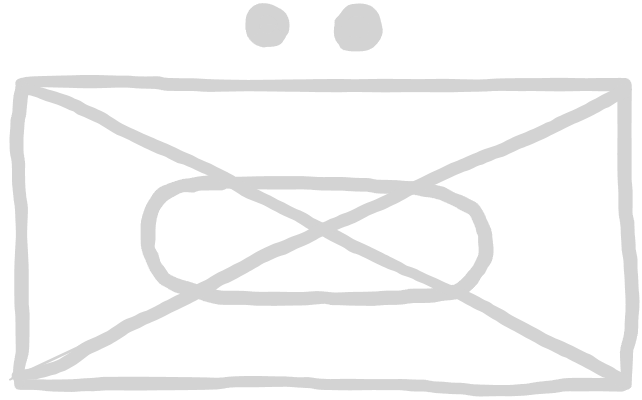
Earlier version of the Excalidraw export factions/nato-symbols/mechinfantry.excalidraw.png (christsven/H.E.A.T). Source tidied: one line per element, renumbered; positions are measured from the earlier drawing's top-left corner, leaving out a move shared by most shapes.
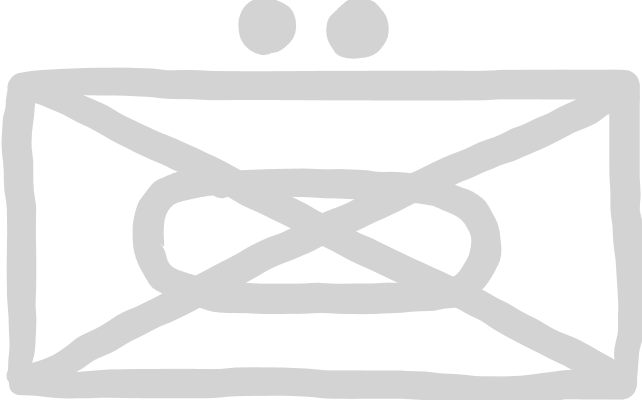
The same file after the commit.

What changed in the source:
```diff
@@ -1,13 +1,13 @@
-{"id": 0, "type": "freedraw", "strokeColor": "#1e1e1e", "strokeWidth": 2, "roughness": 1, "x": 10, "y": 74, "width": 602, "height": 4, "points": [[0, 0], [21, -2], [45, -2], [60, -2], [84, -2], [116, -1], [137, -1], [159, 1], [183, 2], [218, 2], [249, 2], [273, 2], [296, 2], [315, 2], [341, 2], [359, 2], [384, 2], [407, 2], [426, 2], [458, 2], [482, 1], [504, 1], [525, 1], [545, 1], [572, 1], [590, 1]]}
+{"id": 0, "type": "freedraw", "strokeColor": "#1e1e1e", "strokeWidth": 4, "roughness": 1, "x": 10, "y": 74, "width": 602, "height": 4, "points": [[0, 0], [21, -2], [45, -2], [60, -2], [84, -2], [116, -1], [137, -1], [159, 1], [183, 2], [218, 2], [249, 2], [273, 2], [296, 2], [315, 2], [341, 2], [359, 2], [384, 2], [407, 2], [426, 2], [458, 2], [482, 1], [504, 1], [525, 1], [545, 1], [572, 1], [590, 1]]}
-{"id": 1, "type": "freedraw", "strokeColor": "#1e1e1e", "strokeWidth": 2, "roughness": 1, "x": 9, "y": 375, "width": 603, "height": 9, "points": [[0, 0], [18, 0], [40, 1], [61, 0], [78, 0], [97, -1], [115, -1], [138, -1], [162, -1], [193, -1], [229, -3], [267, -3], [298, 0], [330, 0], [366, 0], [391, 1], [423, 3], [453, 6], [487, 6], [514, 5], [534, 2], [552, 0], [573, 0], [589, 0], [601, 0]]}
+{"id": 1, "type": "freedraw", "strokeColor": "#1e1e1e", "strokeWidth": 4, "roughness": 1, "x": 9, "y": 375, "width": 603, "height": 9, "points": [[0, 0], [18, 0], [40, 1], [61, 0], [78, 0], [97, -1], [115, -1], [138, -1], [162, -1], [193, -1], [229, -3], [267, -3], [298, 0], [330, 0], [366, 0], [391, 1], [423, 3], [453, 6], [487, 6], [514, 5], [534, 2], [552, 0], [573, 0], [589, 0], [601, 0]]}
-{"id": 2, "type": "freedraw", "strokeColor": "#1e1e1e", "strokeWidth": 2, "roughness": 1, "x": 616, "y": 375, "width": 8, "height": 300, "points": [[0, 0], [0, -9], [0, -16], [0, -25], [0, -33], [3, -48], [5, -60], [6, -75], [6, -84], [5, -99], [4, -114], [4, -123], [2, -132], [2, -144], [1, -160], [-1, -169], [-1, -178], [-1, -187], [-2, -202], [-2, -214], [-2, -223], [-2, -232], [-2, -246], [-2, -259], [-2, -268], [-2, -279], [-2, -286], [-2, -295]]}
+{"id": 2, "type": "freedraw", "strokeColor": "#1e1e1e", "strokeWidth": 4, "roughness": 1, "x": 616, "y": 375, "width": 8, "height": 300, "points": [[0, 0], [0, -9], [0, -16], [0, -25], [0, -33], [3, -48], [5, -60], [6, -75], [6, -84], [5, -99], [4, -114], [4, -123], [2, -132], [2, -144], [1, -160], [-1, -169], [-1, -178], [-1, -187], [-2, -202], [-2, -214], [-2, -223], [-2, -232], [-2, -246], [-2, -259], [-2, -268], [-2, -279], [-2, -286], [-2, -295]]}
-{"id": 3, "type": "freedraw", "strokeColor": "#1e1e1e", "strokeWidth": 2, "roughness": 1, "x": 9, "y": 373, "width": 6, "height": 295, "points": [[0, 0], [-1, -7], [0, -19], [1, -26], [3, -35], [3, -43], [3, -53], [3, -64], [3, -73], [2, -83], [2, -92], [2, -101], [2, -112], [2, -137], [2, -160], [2, -167], [0, -184], [-1, -199], [-1, -215], [-1, -226], [-3, -235], [-3, -247], [-2, -259], [0, -268], [0, -275], [1, -283], [1, -290]]}
+{"id": 3, "type": "freedraw", "strokeColor": "#1e1e1e", "strokeWidth": 4, "roughness": 1, "x": 9, "y": 373, "width": 6, "height": 295, "points": [[0, 0], [-1, -7], [0, -19], [1, -26], [3, -35], [3, -43], [3, -53], [3, -64], [3, -73], [2, -83], [2, -92], [2, -101], [2, -112], [2, -137], [2, -160], [2, -167], [0, -184], [-1, -199], [-1, -215], [-1, -226], [-3, -235], [-3, -247], [-2, -259], [0, -268], [0, -275], [1, -283], [1, -290]]}
-{"id": 4, "type": "freedraw", "strokeColor": "#1e1e1e", "strokeWidth": 2, "roughness": 1, "x": 254, "y": 16, "width": 17, "height": 13, "points": [[0, 0], [-3, 0], [-5, 1], [-6, 2], [-6, 5], [-4, 8], [-1, 10], [2, 11], [5, 11], [8, 11], [10, 10], [11, 7], [11, 4], [10, 3], [9, 0], [6, -2], [3, -2], [0, -2], [-2, 1], [-3, 2], [-2, 4], [-1, 5], [1, 7], [4, 8]]}
+{"id": 4, "type": "freedraw", "strokeColor": "#1e1e1e", "strokeWidth": 4, "roughness": 1, "x": 254, "y": 16, "width": 17, "height": 13, "points": [[0, 0], [-3, 0], [-5, 1], [-6, 2], [-6, 5], [-4, 8], [-1, 10], [2, 11], [5, 11], [8, 11], [10, 10], [11, 7], [11, 4], [10, 3], [9, 0], [6, -2], [3, -2], [0, -2], [-2, 1], [-3, 2], [-2, 4], [-1, 5], [1, 7], [4, 8]]}
-{"id": 5, "type": "freedraw", "strokeColor": "#1e1e1e", "strokeWidth": 2, "roughness": 1, "x": 344, "y": 14, "width": 27, "height": 21, "points": [[0, 0], [-8, 1], [-9, 9], [-5, 13], [2, 15], [8, 12], [10, 5], [6, -1], [-2, -1], [-8, 1], [-9, 9], [-2, 12], [5, 12], [10, 8], [10, 0], [4, -3], [-5, -3], [-12, -2], [-14, 6], [-14, 13], [-10, 18], [-2, 18], [7, 17], [11, 11], [13, 5], [12, -1], [4, -3]]}
+{"id": 5, "type": "freedraw", "strokeColor": "#1e1e1e", "strokeWidth": 4, "roughness": 1, "x": 344, "y": 14, "width": 27, "height": 21, "points": [[0, 0], [-8, 1], [-9, 9], [-5, 13], [2, 15], [8, 12], [10, 5], [6, -1], [-2, -1], [-8, 1], [-9, 9], [-2, 12], [5, 12], [10, 8], [10, 0], [4, -3], [-5, -3], [-12, -2], [-14, 6], [-14, 13], [-10, 18], [-2, 18], [7, 17], [11, 11], [13, 5], [12, -1], [4, -3]]}
-{"id": 6, "type": "freedraw", "strokeColor": "#1e1e1e", "strokeWidth": 2, "roughness": 1, "x": 264, "y": 9, "width": 29, "height": 28, "points": [[0, 0], [-7, 0], [-13, 0], [-18, 2], [-19, 5], [-21, 8], [-21, 12], [-18, 17], [-14, 18], [-11, 20], [-8, 21], [-3, 21], [1, 20], [3, 16], [6, 13], [7, 8], [7, 4], [6, -1], [2, -4], [-3, -5], [-9, -7], [-13, -7], [-18, -6], [-19, -3], [-22, -1], [-22, 3], [-22, 8], [-22, 12], [-20, 17], [-17, 20], [-14, 21], [-11, 21]]}
+{"id": 6, "type": "freedraw", "strokeColor": "#1e1e1e", "strokeWidth": 4, "roughness": 1, "x": 264, "y": 9, "width": 29, "height": 28, "points": [[0, 0], [-7, 0], [-13, 0], [-18, 2], [-19, 5], [-21, 8], [-21, 12], [-18, 17], [-14, 18], [-11, 20], [-8, 21], [-3, 21], [1, 20], [3, 16], [6, 13], [7, 8], [7, 4], [6, -1], [2, -4], [-3, -5], [-9, -7], [-13, -7], [-18, -6], [-19, -3], [-22, -1], [-22, 3], [-22, 8], [-22, 12], [-20, 17], [-17, 20], [-14, 21], [-11, 21]]}
-{"id": 7, "type": "freedraw", "strokeColor": "#1e1e1e", "strokeWidth": 2, "roughness": 1, "x": 329, "y": 12, "width": 36, "height": 34, "points": [[0, 0], [1, -1], [4, -4], [6, -7], [7, -9], [10, -10], [12, -12], [15, -12], [18, -12], [21, -12], [24, -12], [27, -12], [28, -11], [31, -8], [33, -6], [33, -3], [34, -2], [34, 1], [36, 4], [36, 7], [36, 10], [36, 13], [35, 15], [33, 16], [32, 18], [29, 19], [27, 21], [24, 22], [21, 22], [18, 22], [15, 22], [12, 22], [9, 22], [8, 21], [6, 21]]}
+{"id": 7, "type": "freedraw", "strokeColor": "#1e1e1e", "strokeWidth": 4, "roughness": 1, "x": 329, "y": 12, "width": 36, "height": 34, "points": [[0, 0], [1, -1], [4, -4], [6, -7], [7, -9], [10, -10], [12, -12], [15, -12], [18, -12], [21, -12], [24, -12], [27, -12], [28, -11], [31, -8], [33, -6], [33, -3], [34, -2], [34, 1], [36, 4], [36, 7], [36, 10], [36, 13], [35, 15], [33, 16], [32, 18], [29, 19], [27, 21], [24, 22], [21, 22], [18, 22], [15, 22], [12, 22], [9, 22], [8, 21], [6, 21]]}
-{"id": 8, "type": "freedraw", "strokeColor": "#1e1e1e", "strokeWidth": 2, "roughness": 1, "x": 272, "y": 17, "width": 31, "height": 19, "points": [[0, 0], [1, 0], [1, -2], [1, -3], [1, -5], [0, -5], [0, -6], [-1, -8], [-1, -9], [-1, -11], [-3, -11], [-3, -12], [-4, -12], [-6, -14], [-7, -14], [-7, -15], [-9, -15], [-10, -15], [-12, -15], [-12, -17], [-13, -17], [-15, -17], [-16, -17], [-18, -17], [-19, -17], [-21, -17], [-22, -17], [-24, -17], [-25, -17], [-25, -16], [-27, -16], [-28, -14], [-28, -13], [-30, -11], [-30, -10], [-30, -8], [-30, -7], [-30, -5], [-30, -4], [-30, -2], [-30, -1], [-30, 1], [-30, 2], [-30, 2]]}
+{"id": 8, "type": "freedraw", "strokeColor": "#1e1e1e", "strokeWidth": 4, "roughness": 1, "x": 272, "y": 17, "width": 31, "height": 19, "points": [[0, 0], [1, 0], [1, -2], [1, -3], [1, -5], [0, -5], [0, -6], [-1, -8], [-1, -9], [-1, -11], [-3, -11], [-3, -12], [-4, -12], [-6, -14], [-7, -14], [-7, -15], [-9, -15], [-10, -15], [-12, -15], [-12, -17], [-13, -17], [-15, -17], [-16, -17], [-18, -17], [-19, -17], [-21, -17], [-22, -17], [-24, -17], [-25, -17], [-25, -16], [-27, -16], [-28, -14], [-28, -13], [-30, -11], [-30, -10], [-30, -8], [-30, -7], [-30, -5], [-30, -4], [-30, -2], [-30, -1], [-30, 1], [-30, 2], [-30, 2]]}
-{"id": 9, "type": "freedraw", "strokeColor": "#1e1e1e", "strokeWidth": 2, "roughness": 1, "x": 188, "y": 173, "width": 338, "height": 116, "points": [[0, 0], [52, 0], [100, 0], [145, 1], [188, 4], [235, 8], [260, 19], [281, 37], [287, 61], [283, 83], [268, 101], [234, 113], [198, 115], [156, 116], [106, 116], [67, 116], [28, 115], [-3, 109], [-33, 99], [-45, 79], [-51, 52], [-47, 27], [-29, 7], [-8, 3], [16, 0]]}
+{"id": 9, "type": "freedraw", "strokeColor": "#1e1e1e", "strokeWidth": 4, "roughness": 1, "x": 188, "y": 173, "width": 338, "height": 116, "points": [[0, 0], [52, 0], [100, 0], [145, 1], [188, 4], [235, 8], [260, 19], [281, 37], [287, 61], [283, 83], [268, 101], [234, 113], [198, 115], [156, 116], [106, 116], [67, 116], [28, 115], [-3, 109], [-33, 99], [-45, 79], [-51, 52], [-47, 27], [-29, 7], [-8, 3], [16, 0]]}
-{"id": 10, "type": "line", "strokeColor": "#1e1e1e", "strokeWidth": 2, "roughness": 1, "round": true, "x": 619, "y": 80, "width": 619, "height": 289, "points": [[0, 0], [-619, 289]]}
+{"id": 10, "type": "line", "strokeColor": "#1e1e1e", "strokeWidth": 4, "roughness": 1, "round": true, "x": 619, "y": 80, "width": 619, "height": 289, "points": [[0, 0], [-619, 289]]}
-{"id": 11, "type": "freedraw", "strokeColor": "#1e1e1e", "strokeWidth": 2, "roughness": 1, "x": 15, "y": 80, "width": 597, "height": 291, "points": [[0, 0], [18, 4], [45, 13], [63, 22], [93, 39], [120, 52], [145, 63], [178, 78], [199, 88], [223, 103], [259, 120], [286, 135], [310, 147], [337, 160], [372, 177], [412, 195], [439, 207], [460, 217], [484, 232], [504, 243], [520, 252], [540, 261], [556, 268], [571, 277], [588, 286]]}
+{"id": 11, "type": "freedraw", "strokeColor": "#1e1e1e", "strokeWidth": 4, "roughness": 1, "x": 15, "y": 80, "width": 597, "height": 291, "points": [[0, 0], [18, 4], [45, 13], [63, 22], [93, 39], [120, 52], [145, 63], [178, 78], [199, 88], [223, 103], [259, 120], [286, 135], [310, 147], [337, 160], [372, 177], [412, 195], [439, 207], [460, 217], [484, 232], [504, 243], [520, 252], [540, 261], [556, 268], [571, 277], [588, 286]]}
-{"id": 12, "type": "freedraw", "strokeColor": "#1e1e1e", "strokeWidth": 2, "roughness": 1, "x": 6, "y": 366, "width": 607, "height": 284, "points": [[0, 0], [24, -4], [45, -10], [58, -19], [84, -34], [106, -47], [135, -61], [157, -71], [180, -83], [201, -95], [225, -107], [249, -121], [270, -128], [301, -145], [327, -155], [361, -170], [385, -182], [417, -197], [444, -209], [468, -220], [492, -229], [516, -239], [538, -250], [561, -260], [580, -271], [592, -277], [604, -283]]}
+{"id": 12, "type": "freedraw", "strokeColor": "#1e1e1e", "strokeWidth": 4, "roughness": 1, "x": 6, "y": 366, "width": 607, "height": 284, "points": [[0, 0], [24, -4], [45, -10], [58, -19], [84, -34], [106, -47], [135, -61], [157, -71], [180, -83], [201, -95], [225, -107], [249, -121], [270, -128], [301, -145], [327, -155], [361, -170], [385, -182], [417, -197], [444, -209], [468, -220], [492, -229], [516, -239], [538, -250], [561, -260], [580, -271], [592, -277], [604, -283]]}
```
